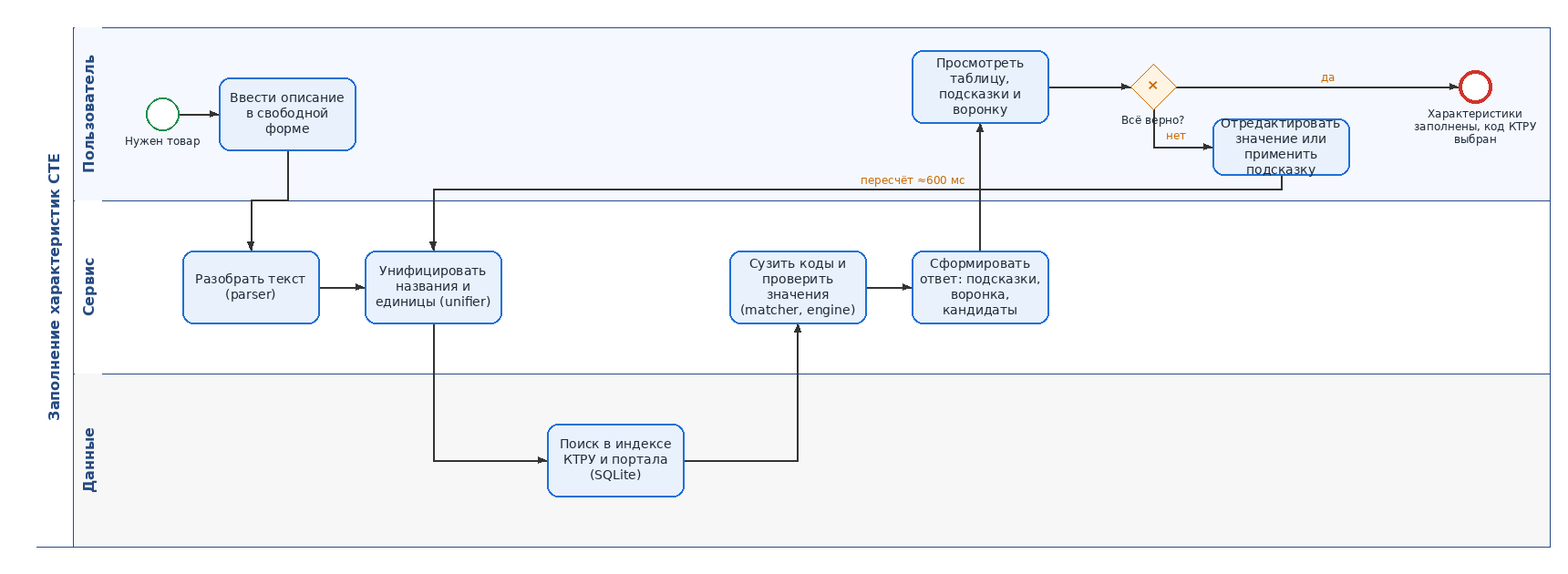
This is docs/process.png from Telman3000/Tender-Hack-2026-based-on-bots-, a BPMN export, as it was before one commit. Its source is kept beside it as docs/process.bpmn. Ids are renumbered.
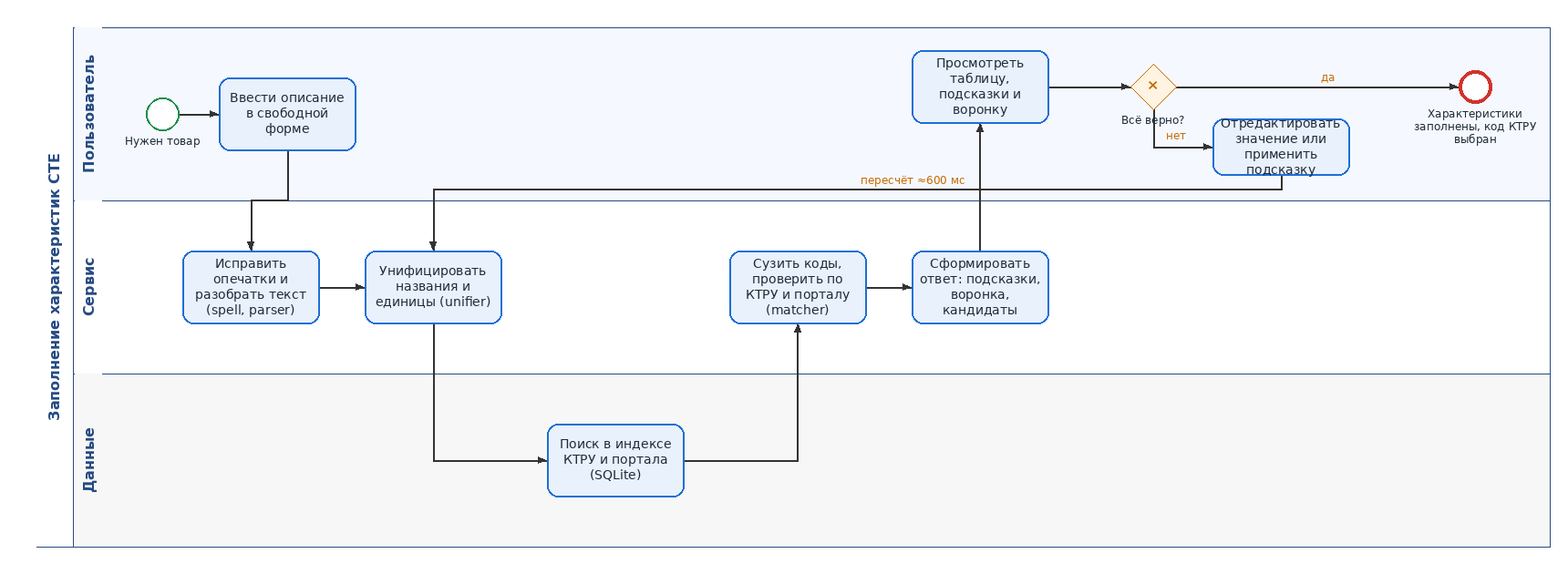
The same file after the commit.

The edit, as a diff of the source:
```diff
@@ -7,10 +7,10 @@
 </bpmn:laneSet>
 <bpmn:startEvent id="start" name="Нужен товар"><bpmn:outgoing>f1</bpmn:outgoing></bpmn:startEvent>
 <bpmn:task id="t_input" name="Ввести описание в свободной форме"><bpmn:incoming>f1</bpmn:incoming><bpmn:outgoing>f2</bpmn:outgoing></bpmn:task>
-<bpmn:task id="t_parse" name="Разобрать текст (parser)"><bpmn:incoming>f2</bpmn:incoming><bpmn:outgoing>f3</bpmn:outgoing></bpmn:task>
+<bpmn:task id="t_parse" name="Исправить опечатки и разобрать текст (spell, parser)"><bpmn:incoming>f2</bpmn:incoming><bpmn:outgoing>f3</bpmn:outgoing></bpmn:task>
 <bpmn:task id="t_unify" name="Унифицировать названия и единицы (unifier)"><bpmn:incoming>f3</bpmn:incoming><bpmn:incoming>f11</bpmn:incoming><bpmn:outgoing>f4</bpmn:outgoing></bpmn:task>
 <bpmn:task id="t_index" name="Поиск в индексе КТРУ и портала (SQLite)"><bpmn:incoming>f4</bpmn:incoming><bpmn:outgoing>f5</bpmn:outgoing></bpmn:task>
-<bpmn:task id="t_match" name="Сузить коды и проверить значения (matcher, engine)"><bpmn:incoming>f5</bpmn:incoming><bpmn:outgoing>f6</bpmn:outgoing></bpmn:task>
+<bpmn:task id="t_match" name="Сузить коды, проверить по КТРУ и порталу (matcher)"><bpmn:incoming>f5</bpmn:incoming><bpmn:outgoing>f6</bpmn:outgoing></bpmn:task>
 <bpmn:task id="t_resp" name="Сформировать ответ: подсказки, воронка, кандидаты"><bpmn:incoming>f6</bpmn:incoming><bpmn:outgoing>f7</bpmn:outgoing></bpmn:task>
 <bpmn:task id="t_review" name="Просмотреть таблицу, подсказки и воронку"><bpmn:incoming>f7</bpmn:incoming><bpmn:outgoing>f8</bpmn:outgoing></bpmn:task>
 <bpmn:exclusiveGateway id="gw" name="Всё верно?"><bpmn:incoming>f8</bpmn:incoming><bpmn:outgoing>f9</bpmn:outgoing><bpmn:outgoing>f10</bpmn:outgoing></bpmn:exclusiveGateway>
```
